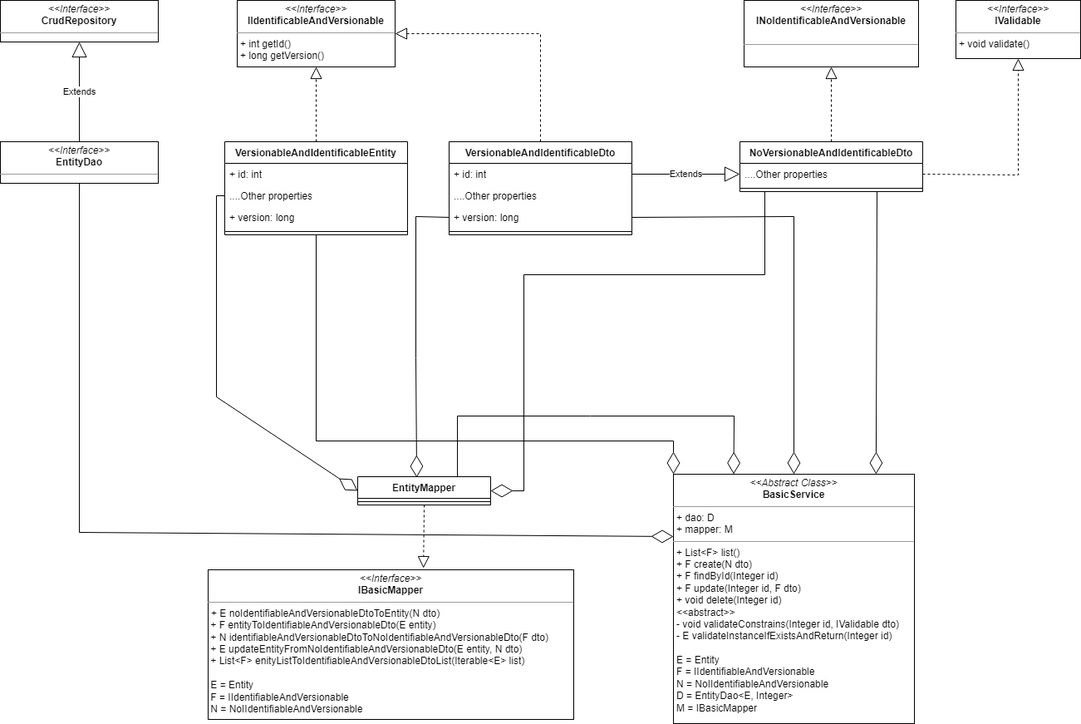
Earlier version of the draw.io export src/main/resources/Basic Entity Service Diagram.png (jchuquen/academic-register-services). Source tidied: cells renumbered, new cells last; positions are measured from the earlier drawing's top-left corner, leaving out a move shared by most shapes.
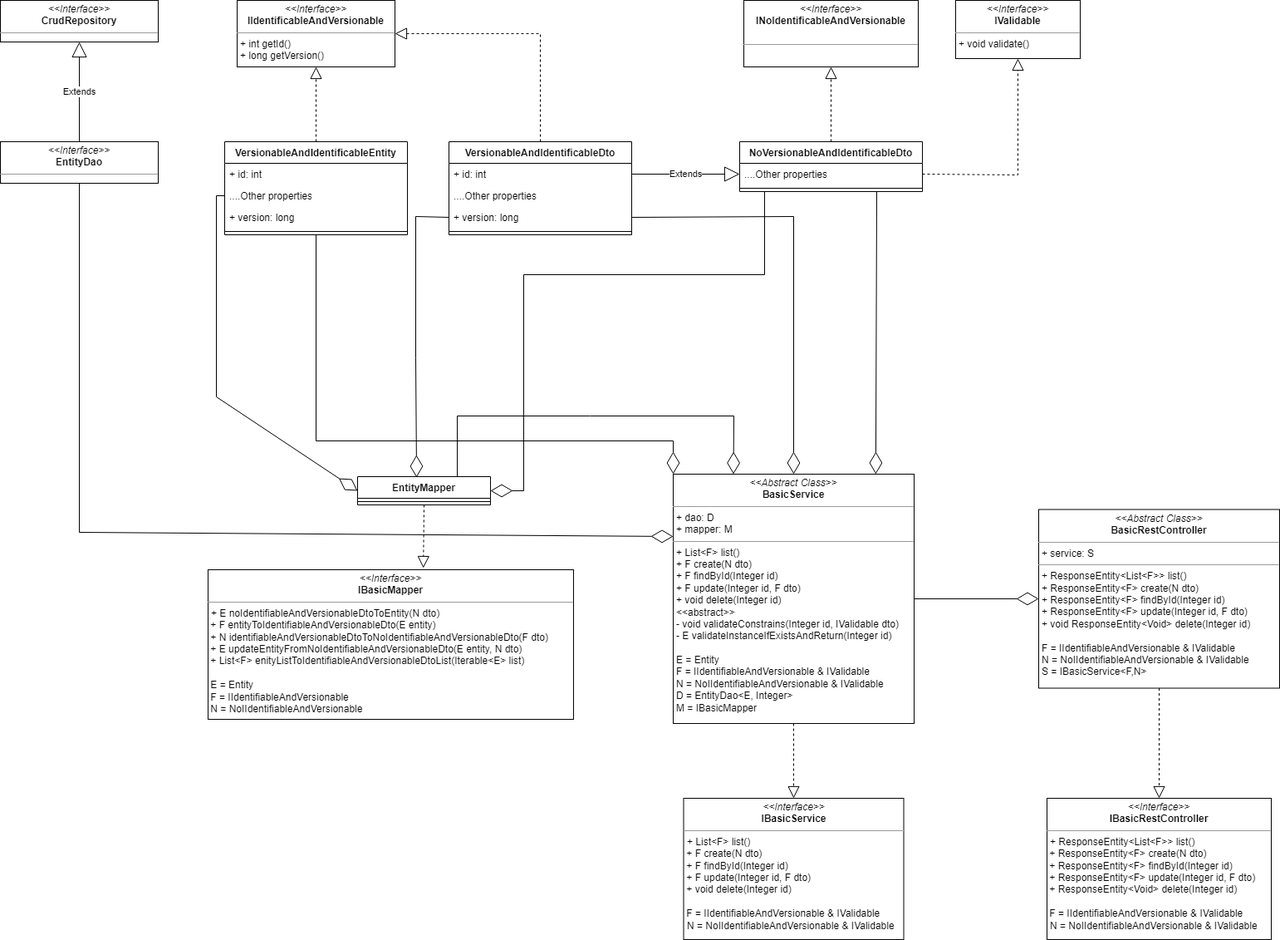
Above is the later version.

Diff of the diagram source:
```diff
@@ -111,7 +111,7 @@
     <mxCell id="29" value="&lt;p style=&quot;margin:0px;margin-top:4px;text-align:center;&quot;&gt;&lt;i&gt;&amp;lt;&amp;lt;Interface&amp;gt;&amp;gt;&lt;/i&gt;&lt;br&gt;&lt;b style=&quot;border-color: var(--border-color);&quot;&gt;IIdentificableAndVersionable&lt;/b&gt;&lt;/p&gt;&lt;hr size=&quot;1&quot;&gt;&lt;p style=&quot;margin:0px;margin-left:4px;&quot;&gt;+ int getId()&lt;br&gt;+ long getVersion()&lt;/p&gt;" style="verticalAlign=top;align=left;overflow=fill;fontSize=12;fontFamily=Helvetica;html=1;whiteSpace=wrap;" parent="1" vertex="1">
       <mxGeometry x="285" width="190" height="80" as="geometry" />
     </mxCell>
-    <mxCell id="30" value="&lt;p style=&quot;margin:0px;margin-top:4px;text-align:center;&quot;&gt;&lt;i&gt;&amp;lt;&amp;lt;Abstract Class&amp;gt;&amp;gt;&lt;/i&gt;&lt;br&gt;&lt;b&gt;BasicService&lt;/b&gt;&lt;br&gt;&lt;/p&gt;&lt;hr size=&quot;1&quot;&gt;&lt;p style=&quot;margin:0px;margin-left:4px;&quot;&gt;+ dao: D&lt;br&gt;+ mapper: M&lt;/p&gt;&lt;hr size=&quot;1&quot;&gt;&lt;p style=&quot;margin:0px;margin-left:4px;&quot;&gt;+ List&amp;lt;F&amp;gt; list()&lt;br&gt;+ F create(N dto)&lt;/p&gt;&lt;p style=&quot;margin:0px;margin-left:4px;&quot;&gt;+&amp;nbsp;F findById(Integer id)&lt;/p&gt;&lt;p style=&quot;margin:0px;margin-left:4px;&quot;&gt;+&amp;nbsp;F update(Integer id, F dto)&lt;/p&gt;&lt;p style=&quot;margin:0px;margin-left:4px;&quot;&gt;+&amp;nbsp;void delete(Integer id)&lt;/p&gt;&lt;p style=&quot;margin:0px;margin-left:4px;&quot;&gt;&amp;lt;&amp;lt;abstract&amp;gt;&amp;gt;&lt;/p&gt;&lt;p style=&quot;margin:0px;margin-left:4px;&quot;&gt;- void&amp;nbsp;validateConstrains(Integer id, IValidable dto)&lt;/p&gt;&lt;p style=&quot;margin:0px;margin-left:4px;&quot;&gt;- E validateInstanceIfExistsAndReturn(Integer id)&lt;/p&gt;&lt;p style=&quot;margin:0px;margin-left:4px;&quot;&gt;&lt;br&gt;&lt;/p&gt;&lt;p style=&quot;margin:0px;margin-left:4px;&quot;&gt;E = Entity&lt;br style=&quot;border-color: var(--border-color);&quot;&gt;F = IIdentifiableAndVersionable&lt;br style=&quot;border-color: var(--border-color);&quot;&gt;N = NoIIdentifiableAndVersionable&lt;br&gt;&lt;/p&gt;&lt;p style=&quot;margin:0px;margin-left:4px;&quot;&gt;D =&amp;nbsp;EntityDao&amp;lt;E, Integer&amp;gt;&lt;/p&gt;&lt;p style=&quot;margin:0px;margin-left:4px;&quot;&gt;M =&amp;nbsp;IBasicMapper&lt;/p&gt;" style="verticalAlign=top;align=left;overflow=fill;fontSize=12;fontFamily=Helvetica;html=1;whiteSpace=wrap;" parent="1" vertex="1">
+    <mxCell id="30" value="&lt;p style=&quot;margin:0px;margin-top:4px;text-align:center;&quot;&gt;&lt;i&gt;&amp;lt;&amp;lt;Abstract Class&amp;gt;&amp;gt;&lt;/i&gt;&lt;br&gt;&lt;b&gt;BasicService&lt;/b&gt;&lt;br&gt;&lt;/p&gt;&lt;hr size=&quot;1&quot;&gt;&lt;p style=&quot;margin:0px;margin-left:4px;&quot;&gt;+ dao: D&lt;br&gt;+ mapper: M&lt;/p&gt;&lt;hr size=&quot;1&quot;&gt;&lt;p style=&quot;margin:0px;margin-left:4px;&quot;&gt;+ List&amp;lt;F&amp;gt; list()&lt;br&gt;+ F create(N dto)&lt;/p&gt;&lt;p style=&quot;margin:0px;margin-left:4px;&quot;&gt;+&amp;nbsp;F findById(Integer id)&lt;/p&gt;&lt;p style=&quot;margin:0px;margin-left:4px;&quot;&gt;+&amp;nbsp;F update(Integer id, F dto)&lt;/p&gt;&lt;p style=&quot;margin:0px;margin-left:4px;&quot;&gt;+&amp;nbsp;void delete(Integer id)&lt;/p&gt;&lt;p style=&quot;margin:0px;margin-left:4px;&quot;&gt;&amp;lt;&amp;lt;abstract&amp;gt;&amp;gt;&lt;/p&gt;&lt;p style=&quot;margin:0px;margin-left:4px;&quot;&gt;- void&amp;nbsp;validateConstrains(Integer id, IValidable dto)&lt;/p&gt;&lt;p style=&quot;margin:0px;margin-left:4px;&quot;&gt;- E validateInstanceIfExistsAndReturn(Integer id)&lt;/p&gt;&lt;p style=&quot;margin:0px;margin-left:4px;&quot;&gt;&lt;br&gt;&lt;/p&gt;&lt;p style=&quot;margin:0px;margin-left:4px;&quot;&gt;E = Entity&lt;br style=&quot;border-color: var(--border-color);&quot;&gt;F = IIdentifiableAndVersionable&amp;nbsp;&amp;amp; IValidable&lt;/p&gt;&lt;p style=&quot;margin:0px;margin-left:4px;&quot;&gt;N = NoIIdentifiableAndVersionable&amp;nbsp;&amp;amp; IValidable&lt;br&gt;&lt;/p&gt;&lt;p style=&quot;margin:0px;margin-left:4px;&quot;&gt;D =&amp;nbsp;EntityDao&amp;lt;E, Integer&amp;gt;&lt;/p&gt;&lt;p style=&quot;margin:0px;margin-left:4px;&quot;&gt;M =&amp;nbsp;IBasicMapper&lt;/p&gt;" style="verticalAlign=top;align=left;overflow=fill;fontSize=12;fontFamily=Helvetica;html=1;whiteSpace=wrap;" parent="1" vertex="1">
       <mxGeometry x="810" y="570" width="290" height="300" as="geometry" />
     </mxCell>
     <mxCell id="31" value="&lt;p style=&quot;margin:0px;margin-top:4px;text-align:center;&quot;&gt;&lt;i&gt;&amp;lt;&amp;lt;Interface&amp;gt;&amp;gt;&lt;/i&gt;&lt;br&gt;&lt;b&gt;CrudRepository&lt;/b&gt;&lt;/p&gt;&lt;hr size=&quot;1&quot;&gt;&lt;p style=&quot;margin:0px;margin-left:4px;&quot;&gt;&lt;br&gt;&lt;/p&gt;" style="verticalAlign=top;align=left;overflow=fill;fontSize=12;fontFamily=Helvetica;html=1;whiteSpace=wrap;" parent="1" vertex="1">
@@ -157,5 +157,23 @@
     <mxCell id="38" style="endArrow=diamondThin;endFill=0;endSize=24;html=1;rounded=0;entryX=0.841;entryY=0;entryDx=0;entryDy=0;exitX=0.75;exitY=1;exitDx=0;exitDy=0;entryPerimeter=0;" parent="1" edge="1" source="14" target="30">
       <mxGeometry relative="1" as="geometry" />
     </mxCell>
+    <mxCell id="39" value="&lt;p style=&quot;margin:0px;margin-top:4px;text-align:center;&quot;&gt;&lt;i&gt;&amp;lt;&amp;lt;Interface&amp;gt;&amp;gt;&lt;/i&gt;&lt;br&gt;&lt;b style=&quot;border-color: var(--border-color); background-color: initial;&quot;&gt;IBasicService&lt;/b&gt;&lt;/p&gt;&lt;hr size=&quot;1&quot;&gt;&lt;p style=&quot;margin:0px;margin-left:4px;&quot;&gt;+ List&amp;lt;F&amp;gt; list()&lt;/p&gt;&amp;nbsp;+ F create(N dto)&lt;br&gt;&amp;nbsp;+&amp;nbsp;F findById(Integer id)&lt;br&gt;&amp;nbsp;+ F update(Integer id, F dto)&lt;br&gt;&amp;nbsp;+ void delete(Integer id)&lt;br&gt;&lt;br&gt;&amp;nbsp;F = IIdentifiableAndVersionable&amp;nbsp;&amp;amp; IValidable&lt;p style=&quot;border-color: var(--border-color); margin: 0px 0px 0px 4px;&quot;&gt;N = NoIIdentifiableAndVersionable&amp;nbsp;&amp;amp; IValidable&lt;/p&gt;&amp;nbsp;" style="verticalAlign=top;align=left;overflow=fill;fontSize=12;fontFamily=Helvetica;html=1;whiteSpace=wrap;" parent="1" vertex="1">
+      <mxGeometry x="822.5" y="960" width="265" height="170" as="geometry" />
+    </mxCell>
+    <mxCell id="40" style="endArrow=block;dashed=1;endFill=0;endSize=12;html=1;rounded=0;entryX=0.5;entryY=0;entryDx=0;entryDy=0;exitX=0.5;exitY=1;exitDx=0;exitDy=0;" parent="1" edge="1" source="30" target="39">
+      <mxGeometry relative="1" as="geometry" />
+    </mxCell>
+    <mxCell id="41" value="&lt;p style=&quot;margin:0px;margin-top:4px;text-align:center;&quot;&gt;&lt;i&gt;&amp;lt;&amp;lt;Abstract Class&amp;gt;&amp;gt;&lt;/i&gt;&lt;br&gt;&lt;b&gt;BasicRestController&lt;/b&gt;&lt;br&gt;&lt;/p&gt;&lt;hr size=&quot;1&quot;&gt;&lt;p style=&quot;margin:0px;margin-left:4px;&quot;&gt;+ service: S&lt;br&gt;&lt;/p&gt;&lt;hr size=&quot;1&quot;&gt;&lt;p style=&quot;margin:0px;margin-left:4px;&quot;&gt;+ ResponseEntity&amp;lt;List&amp;lt;F&amp;gt;&amp;gt; list()&lt;br&gt;+ ResponseEntity&amp;lt;F&amp;gt; create(N dto)&lt;/p&gt;&lt;p style=&quot;margin:0px;margin-left:4px;&quot;&gt;+&amp;nbsp;ResponseEntity&amp;lt;F&amp;gt; findById(Integer id)&lt;/p&gt;&lt;p style=&quot;margin:0px;margin-left:4px;&quot;&gt;+&amp;nbsp;ResponseEntity&amp;lt;F&amp;gt; update(&lt;span style=&quot;background-color: initial;&quot;&gt;Integer id,&amp;nbsp;&lt;/span&gt;&lt;span style=&quot;background-color: initial;&quot;&gt;F dto)&lt;/span&gt;&lt;/p&gt;&lt;p style=&quot;margin:0px;margin-left:4px;&quot;&gt;+&amp;nbsp;void ResponseEntity&amp;lt;Void&amp;gt; delete(Integer id)&lt;/p&gt;&lt;p style=&quot;margin:0px;margin-left:4px;&quot;&gt;&lt;br&gt;&lt;/p&gt;&lt;p style=&quot;margin:0px;margin-left:4px;&quot;&gt;F = IIdentifiableAndVersionable&amp;nbsp;&amp;amp; IValidable&lt;/p&gt;&lt;p style=&quot;margin:0px;margin-left:4px;&quot;&gt;N = NoIIdentifiableAndVersionable&amp;nbsp;&amp;amp; IValidable&lt;br&gt;&lt;/p&gt;&lt;p style=&quot;margin:0px;margin-left:4px;&quot;&gt;S =&amp;nbsp;IBasicService&amp;lt;F,N&amp;gt;&lt;/p&gt;" style="verticalAlign=top;align=left;overflow=fill;fontSize=12;fontFamily=Helvetica;html=1;whiteSpace=wrap;" parent="1" vertex="1">
+      <mxGeometry x="1250" y="612.5" width="290" height="215" as="geometry" />
+    </mxCell>
+    <mxCell id="42" style="endArrow=diamondThin;endFill=0;endSize=24;html=1;rounded=0;entryX=0;entryY=0.5;entryDx=0;entryDy=0;exitX=1;exitY=0.5;exitDx=0;exitDy=0;" parent="1" edge="1" source="30" target="41">
+      <mxGeometry relative="1" as="geometry" />
+    </mxCell>
+    <mxCell id="43" value="&lt;p style=&quot;margin:0px;margin-top:4px;text-align:center;&quot;&gt;&lt;i&gt;&amp;lt;&amp;lt;Interface&amp;gt;&amp;gt;&lt;/i&gt;&lt;br&gt;&lt;b style=&quot;border-color: var(--border-color); background-color: initial;&quot;&gt;IBasicRestController&lt;/b&gt;&lt;/p&gt;&lt;hr size=&quot;1&quot;&gt;&lt;p style=&quot;margin:0px;margin-left:4px;&quot;&gt;+ ResponseEntity&amp;lt;List&amp;lt;F&amp;gt;&amp;gt; list()&lt;/p&gt;&amp;nbsp;+ ResponseEntity&amp;lt;F&amp;gt; create(N dto)&lt;br&gt;&amp;nbsp;+&amp;nbsp;ResponseEntity&amp;lt;F&amp;gt; findById(Integer id)&lt;br&gt;&amp;nbsp;+ ResponseEntity&amp;lt;F&amp;gt; update(Integer id, F dto)&lt;br&gt;&amp;nbsp;+ ResponseEntity&amp;lt;Void&amp;gt; delete(Integer id)&lt;br&gt;&lt;br&gt;&amp;nbsp;F = IIdentifiableAndVersionable&amp;nbsp;&amp;amp; IValidable&lt;p style=&quot;border-color: var(--border-color); margin: 0px 0px 0px 4px;&quot;&gt;N = NoIIdentifiableAndVersionable&amp;nbsp;&amp;amp; IValidable&lt;/p&gt;&amp;nbsp;" style="verticalAlign=top;align=left;overflow=fill;fontSize=12;fontFamily=Helvetica;html=1;whiteSpace=wrap;" parent="1" vertex="1">
+      <mxGeometry x="1260" y="960" width="270" height="170" as="geometry" />
+    </mxCell>
+    <mxCell id="44" style="endArrow=block;dashed=1;endFill=0;endSize=12;html=1;rounded=0;exitX=0.5;exitY=1;exitDx=0;exitDy=0;entryX=0.5;entryY=0;entryDx=0;entryDy=0;" parent="1" edge="1" source="41" target="43">
+      <mxGeometry relative="1" as="geometry" />
+    </mxCell>
   </root>
 </mxGraphModel>
```
